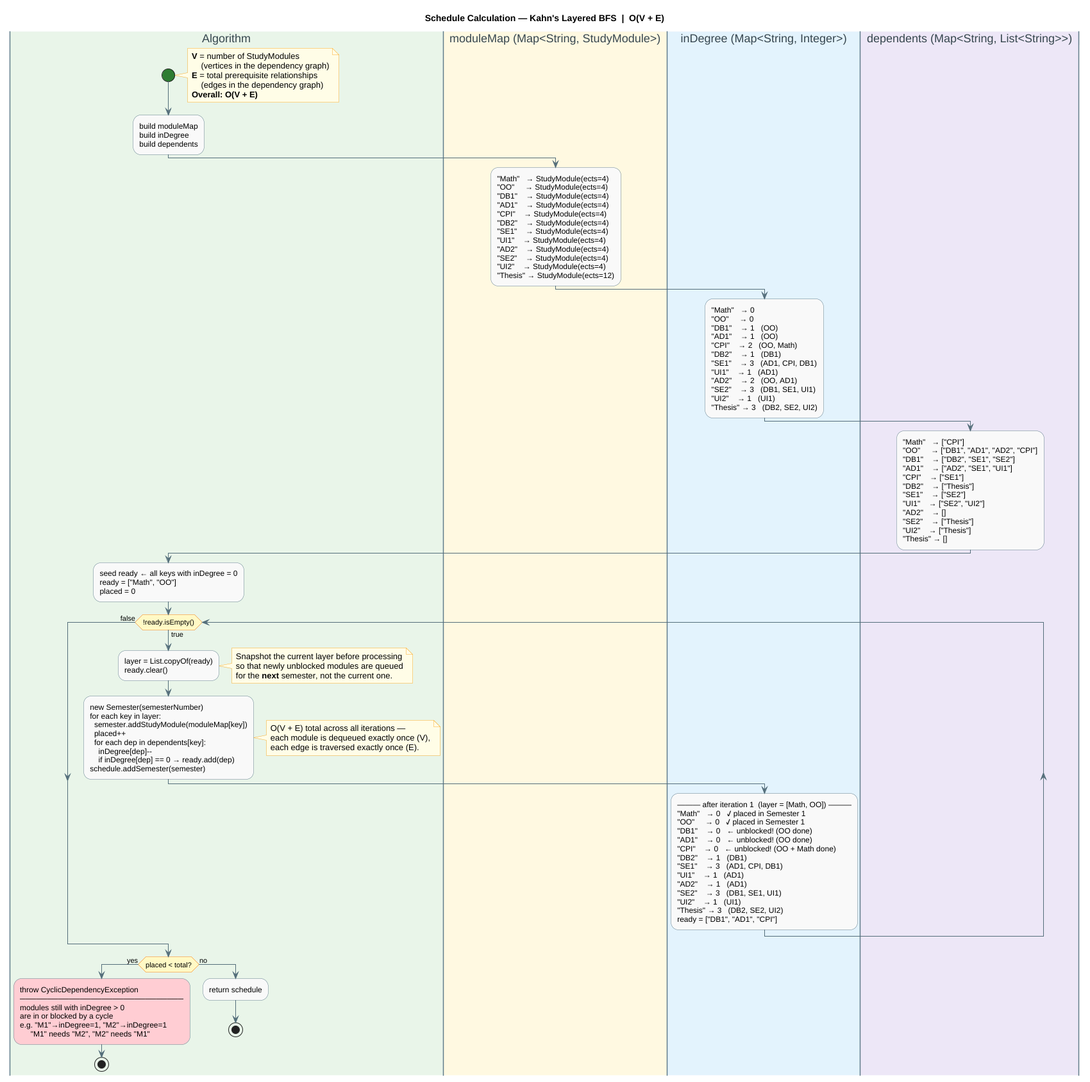
Ginimo/Studyplanner keeps this PlantUML diagram as docs/diagrams/schedule_service.png. Above is the earlier version.
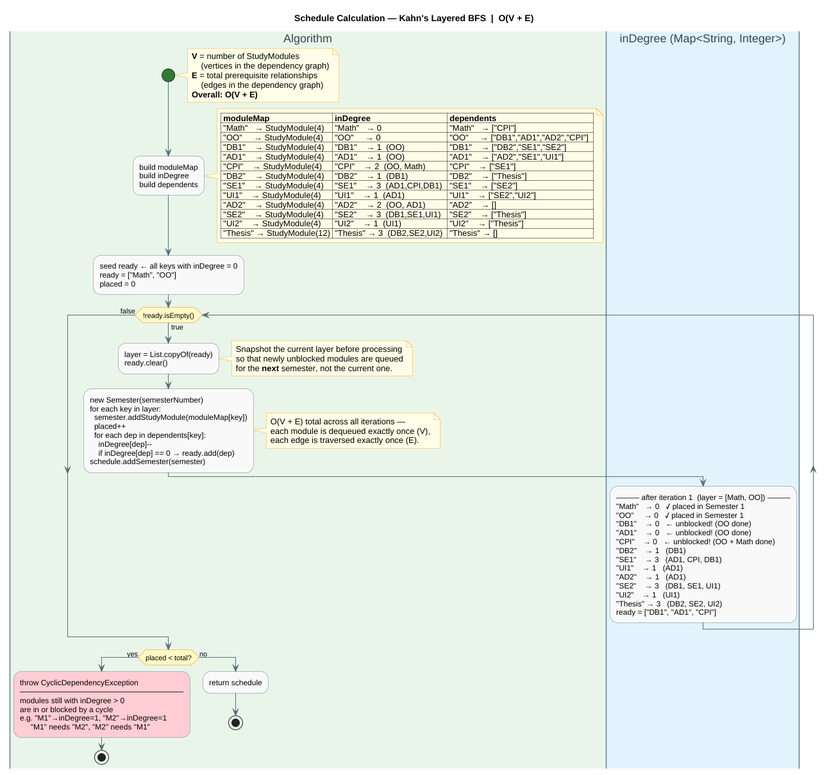
Above is the later version.

Commit message:
make schedule service diagram more compact

Diff of the diagram source:
```diff
@@ -32,50 +32,21 @@
 :build moduleMap
 build inDegree
 build dependents;
-
-|#FFF8E1| moduleMap (Map<String, StudyModule>) |
-:"Math"   → StudyModule(ects=4)
-"OO"     → StudyModule(ects=4)
-"DB1"    → StudyModule(ects=4)
-"AD1"    → StudyModule(ects=4)
-"CPI"    → StudyModule(ects=4)
-"DB2"    → StudyModule(ects=4)
-"SE1"    → StudyModule(ects=4)
-"UI1"    → StudyModule(ects=4)
-"AD2"    → StudyModule(ects=4)
-"SE2"    → StudyModule(ects=4)
-"UI2"    → StudyModule(ects=4)
-"Thesis" → StudyModule(ects=12);
-
-|#E3F2FD| inDegree (Map<String, Integer>) |
-:"Math"   → 0
-"OO"     → 0
-"DB1"    → 1   (OO)
-"AD1"    → 1   (OO)
-"CPI"    → 2   (OO, Math)
-"DB2"    → 1   (DB1)
-"SE1"    → 3   (AD1, CPI, DB1)
-"UI1"    → 1   (AD1)
-"AD2"    → 2   (OO, AD1)
-"SE2"    → 3   (DB1, SE1, UI1)
-"UI2"    → 1   (UI1)
-"Thesis" → 3   (DB2, SE2, UI2);
-
-|#EDE7F6| dependents (Map<String, List<String>>) |
-:"Math"   → ["CPI"]
-"OO"     → ["DB1", "AD1", "AD2", "CPI"]
-"DB1"    → ["DB2", "SE1", "SE2"]
-"AD1"    → ["AD2", "SE1", "UI1"]
-"CPI"    → ["SE1"]
-"DB2"    → ["Thesis"]
-"SE1"    → ["SE2"]
-"UI1"    → ["SE2", "UI2"]
-"AD2"    → []
-"SE2"    → ["Thesis"]
-"UI2"    → ["Thesis"]
-"Thesis" → [];
-
-|#E8F5E9| Algorithm |
+note right
+  | <b>moduleMap</b>           | <b>inDegree</b>              | <b>dependents</b>                     |
+  | "Math"   → StudyModule(4)  | "Math"   → 0                 | "Math"   → ["CPI"]                    |
+  | "OO"     → StudyModule(4)  | "OO"     → 0                 | "OO"     → ["DB1","AD1","AD2","CPI"]  |
+  | "DB1"    → StudyModule(4)  | "DB1"    → 1  (OO)           | "DB1"    → ["DB2","SE1","SE2"]        |
+  | "AD1"    → StudyModule(4)  | "AD1"    → 1  (OO)           | "AD1"    → ["AD2","SE1","UI1"]        |
+  | "CPI"    → StudyModule(4)  | "CPI"    → 2  (OO, Math)     | "CPI"    → ["SE1"]                    |
+  | "DB2"    → StudyModule(4)  | "DB2"    → 1  (DB1)          | "DB2"    → ["Thesis"]                 |
+  | "SE1"    → StudyModule(4)  | "SE1"    → 3  (AD1,CPI,DB1)  | "SE1"    → ["SE2"]                    |
+  | "UI1"    → StudyModule(4)  | "UI1"    → 1  (AD1)          | "UI1"    → ["SE2","UI2"]              |
+  | "AD2"    → StudyModule(4)  | "AD2"    → 2  (OO, AD1)      | "AD2"    → []                         |
+  | "SE2"    → StudyModule(4)  | "SE2"    → 3  (DB1,SE1,UI1)  | "SE2"    → ["Thesis"]                 |
+  | "UI2"    → StudyModule(4)  | "UI2"    → 1  (UI1)          | "UI2"    → ["Thesis"]                 |
+  | "Thesis" → StudyModule(12) | "Thesis" → 3  (DB2,SE2,UI2)  | "Thesis" → []                         |
+end note
 :seed ready ← all keys with inDegree = 0
 ready = ["Math", "OO"]
 placed = 0;
```
